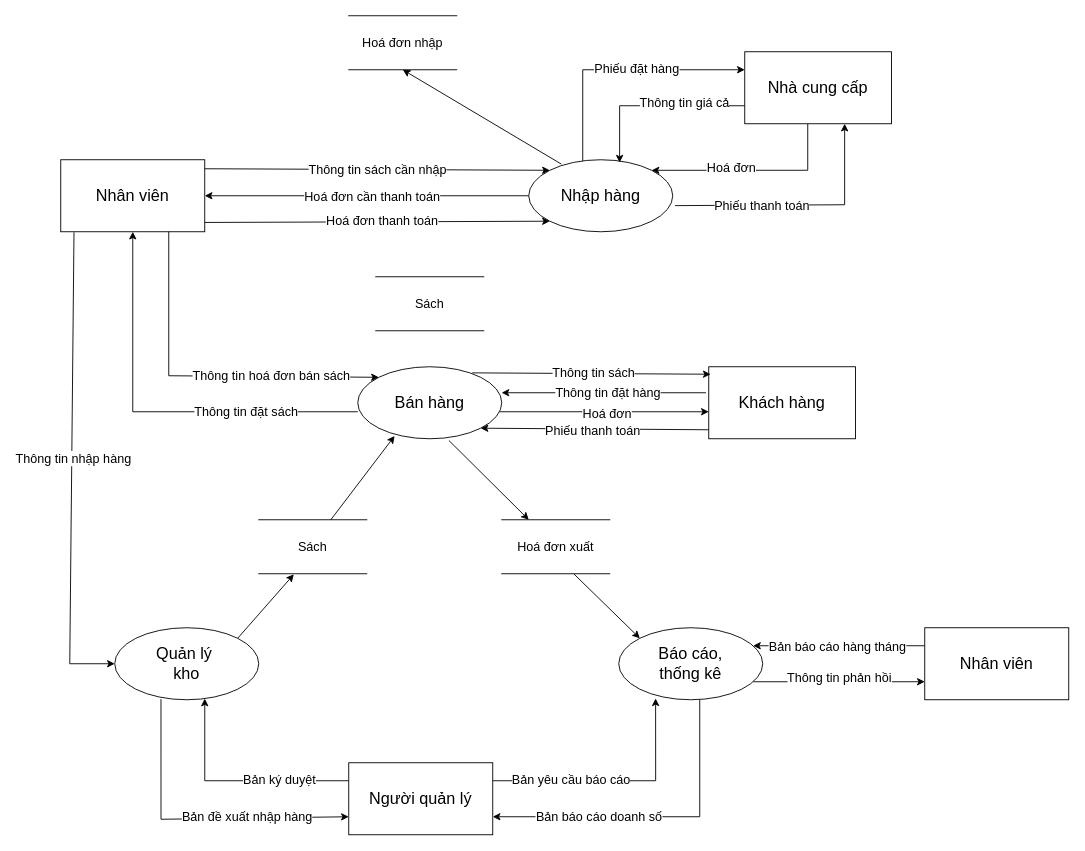
This is page "Trang-3" (3 of 3) of QuanLyBanSach.drawio from leetrungtoans/BTVN_ITC_OOP_LEETRUNGTOANS, a draw.io file, before an edit. Source tidied: cells renumbered, new cells numbered last; positions are measured from the earlier drawing's top-left corner, leaving out a move shared by most shapes. Both pictures are drawn from the tidied source at 90%, with x=0, y=0 at pixel (60, 15).
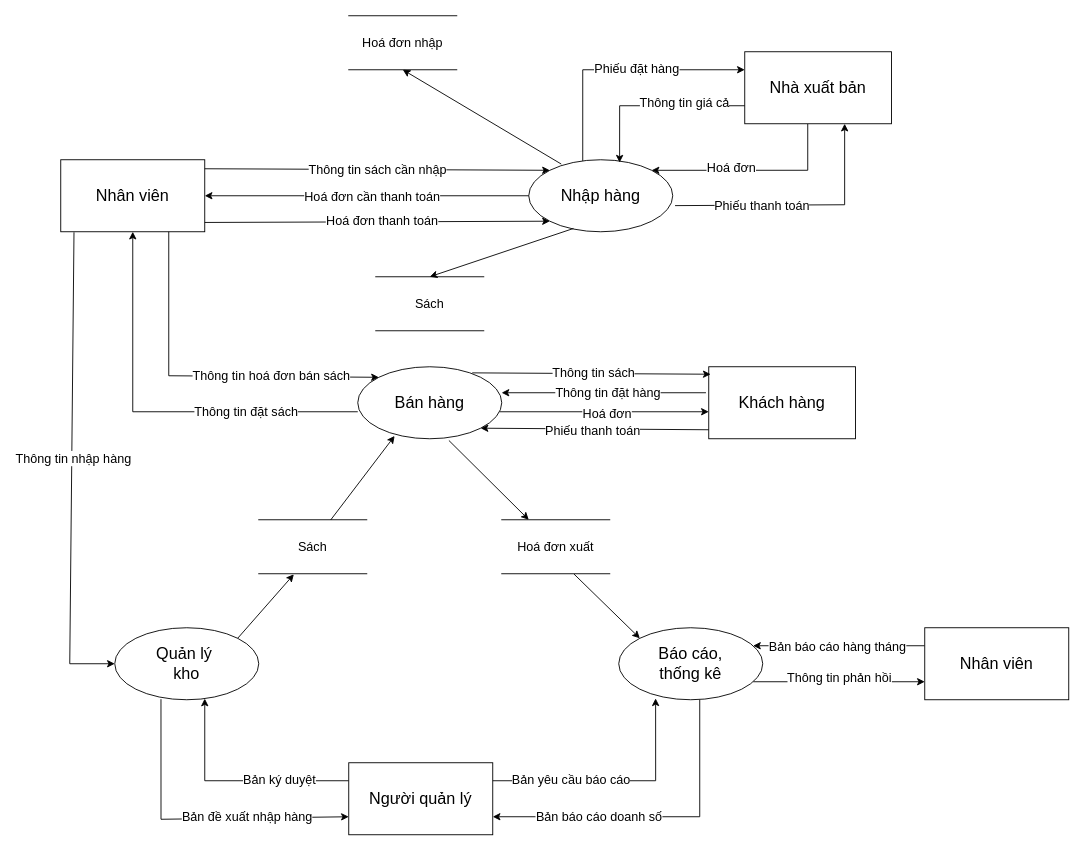
After the change.

The change refers to these unchanged cells:
```xml
<mxCell id="9" value="&lt;font style=&quot;font-size: 18px;&quot;&gt;Nhập hàng&lt;/font&gt;" style="ellipse;whiteSpace=wrap;html=1;" parent="1" vertex="1">
  <mxGeometry x="520" y="160" width="160" height="80" as="geometry" />
</mxCell>
<mxCell id="56" value="&lt;font style=&quot;font-size: 14px;&quot;&gt;Sách&lt;/font&gt;" style="shape=partialRectangle;whiteSpace=wrap;html=1;left=0;right=0;fillColor=none;" parent="1" vertex="1">
  <mxGeometry x="350" y="290" width="120" height="60" as="geometry" />
</mxCell>
```

What changed in the source:
```diff
@@
-    <mxCell id="16" value="&lt;font style=&quot;font-size: 18px;&quot;&gt;Nhà cung cấp&lt;/font&gt;" style="rounded=0;whiteSpace=wrap;html=1;" parent="1" vertex="1">
+    <mxCell id="16" value="&lt;font style=&quot;font-size: 18px;&quot;&gt;Nhà xuất bản&lt;/font&gt;" style="rounded=0;whiteSpace=wrap;html=1;" parent="1" vertex="1">
       <mxGeometry x="760" y="40" width="163" height="80" as="geometry" />
     </mxCell>
@@
+    <mxCell id="60" style="endArrow=classic;html=1;rounded=0;entryX=0.5;entryY=0;entryDx=0;entryDy=0;exitX=0.311;exitY=0.954;exitDx=0;exitDy=0;exitPerimeter=0;" parent="1" edge="1" source="9" target="56">
+      <mxGeometry relative="1" as="geometry" />
+    </mxCell>
```
